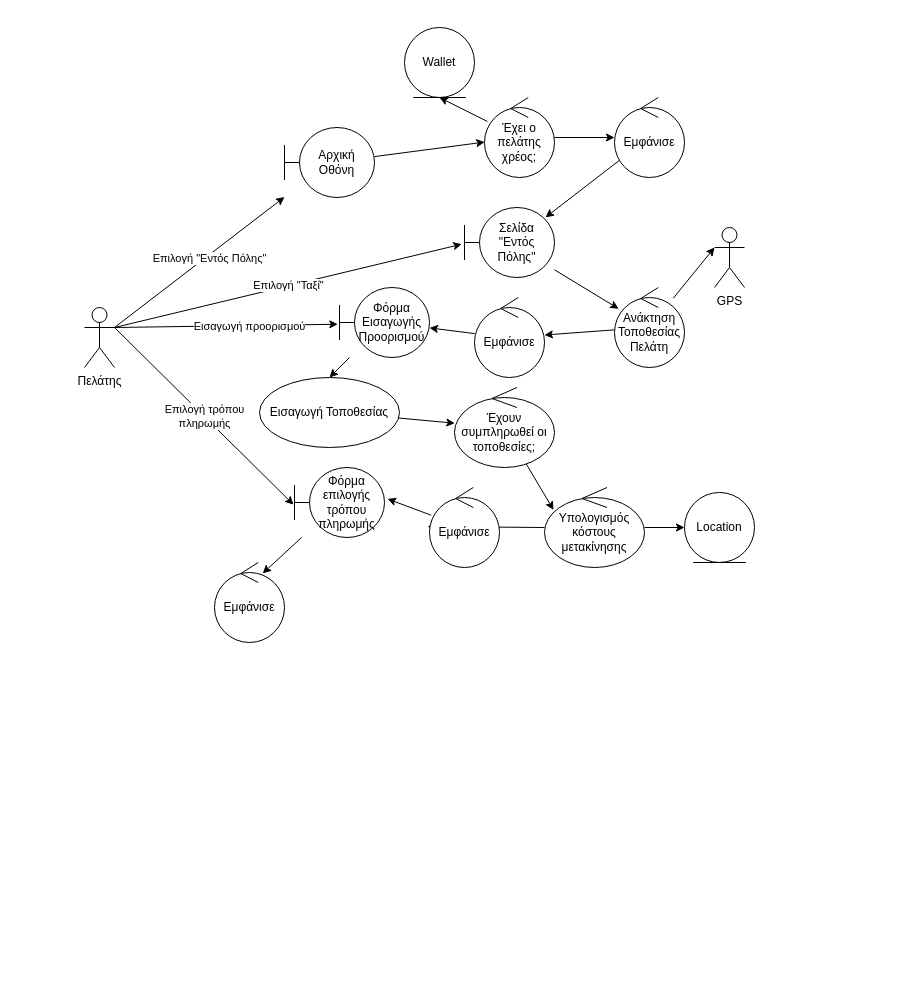
Above: Part_2/Robustness/diagrams/07_Επιλογή_Τάξι.drawio in Nikolis2002/texnoligia_logismikou (draw.io), before the change. Source tidied: cells renumbered, new cells numbered last; positions are measured from the earlier drawing's top-left corner, leaving out a move shared by most shapes. Both pictures are drawn from the tidied source at 100%, with x=0, y=0 at pixel (84, 27).
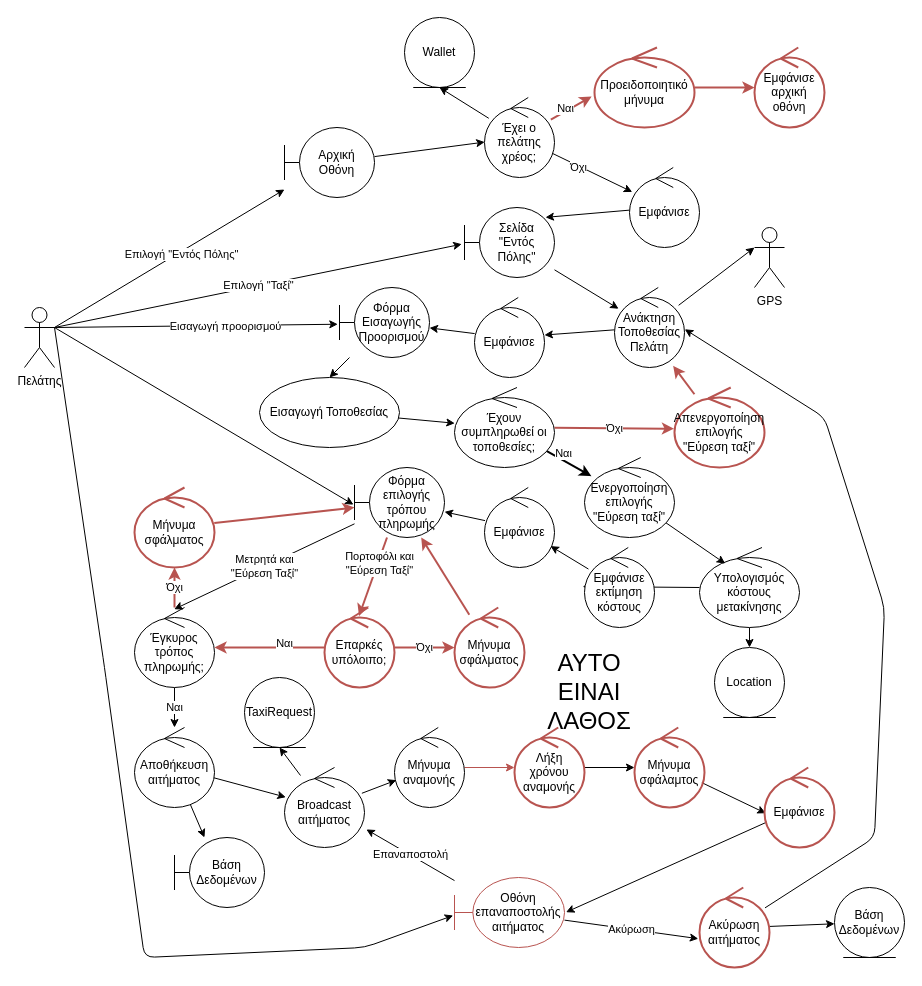
After the change.

The change refers to these unchanged cells:
```xml
<mxCell id="11" style="edgeStyle=none;html=1;" parent="1" edge="1" source="13" target="15">
  <mxGeometry relative="1" as="geometry" />
</mxCell>
<mxCell id="13" value="Έχει ο πελάτης χρέος;" style="ellipse;shape=umlControl;whiteSpace=wrap;html=1;" parent="1" vertex="1">
  <mxGeometry x="400" y="70" width="70" height="80" as="geometry" />
</mxCell>
<mxCell id="21" value="Ανάκτηση Τοποθεσίας Πελάτη" style="ellipse;shape=umlControl;whiteSpace=wrap;html=1;" parent="1" vertex="1">
  <mxGeometry x="530" y="260" width="70" height="80" as="geometry" />
</mxCell>
<mxCell id="30" value="Έχουν συμπληρωθεί οι τοποθεσίες;" style="ellipse;shape=umlControl;whiteSpace=wrap;html=1;" parent="1" vertex="1">
  <mxGeometry x="370" y="360" width="100" height="80" as="geometry" />
</mxCell>
```

Change to the diagram source:
```diff
@@
-    <mxCell id="7" value="Επιλογή τρόπου&lt;br&gt;πληρωμής" style="edgeStyle=none;html=1;exitX=1;exitY=0.3333333333333333;exitDx=0;exitDy=0;exitPerimeter=0;entryX=-0.011;entryY=0.531;entryDx=0;entryDy=0;entryPerimeter=0;" parent="1" edge="1" source="8" target="38">
+    <mxCell id="7" style="edgeStyle=none;html=1;exitX=1;exitY=0.3333333333333333;exitDx=0;exitDy=0;exitPerimeter=0;entryX=-0.011;entryY=0.531;entryDx=0;entryDy=0;entryPerimeter=0;" parent="1" edge="1" source="8" target="38">
       <mxGeometry relative="1" as="geometry" />
     </mxCell>
+    <mxCell id="40" style="edgeStyle=none;html=1;exitX=1;exitY=0.3333333333333333;exitDx=0;exitDy=0;exitPerimeter=0;entryX=-0.012;entryY=0.543;entryDx=0;entryDy=0;entryPerimeter=0;strokeWidth=1;" parent="1" edge="1" source="8" target="87">
+      <mxGeometry relative="1" as="geometry">
+        <Array as="points">
+          <mxPoint x="20" y="640" />
+          <mxPoint x="60" y="930" />
+          <mxPoint x="280" y="920" />
+        </Array>
+      </mxGeometry>
+    </mxCell>
     <mxCell id="8" value="Πελάτης" style="shape=umlActor;verticalLabelPosition=bottom;verticalAlign=top;html=1;" parent="1" vertex="1">
-      <mxGeometry y="280" width="30" height="60" as="geometry" />
+      <mxGeometry x="-60" y="280" width="30" height="60" as="geometry" />
     </mxCell>
@@
+    <mxCell id="41" value="Όχι" style="edgeLabel;html=1;align=center;verticalAlign=middle;" parent="11" vertex="1">
+      <mxGeometry x="-0.33" y="-1" relative="1" as="geometry" />
+    </mxCell>
@@
+    <mxCell id="42" style="edgeStyle=none;html=1;entryX=-0.029;entryY=0.612;entryDx=0;entryDy=0;entryPerimeter=0;fillColor=#f8cecc;strokeColor=#b85450;strokeWidth=2;" parent="1" edge="1" source="13" target="63">
+      <mxGeometry relative="1" as="geometry" />
+    </mxCell>
+    <mxCell id="43" value="Ναι" style="edgeLabel;html=1;align=center;verticalAlign=middle;" parent="42" vertex="1">
+      <mxGeometry x="-0.6" y="-2" relative="1" as="geometry">
+        <mxPoint x="5" y="-9" as="offset" />
+      </mxGeometry>
+    </mxCell>
@@
     <mxCell id="15" value="Εμφάνισε" style="ellipse;shape=umlControl;whiteSpace=wrap;html=1;" parent="1" vertex="1">
-      <mxGeometry x="530" y="70" width="70" height="80" as="geometry" />
+      <mxGeometry x="545" y="140" width="70" height="80" as="geometry" />
     </mxCell>
@@
     <mxCell id="18" value="Wallet" style="ellipse;shape=umlEntity;whiteSpace=wrap;html=1;" parent="1" vertex="1">
-      <mxGeometry x="320" width="70" height="70" as="geometry" />
+      <mxGeometry x="320" y="-10" width="70" height="70" as="geometry" />
     </mxCell>
@@
     <mxCell id="22" value="GPS" style="shape=umlActor;verticalLabelPosition=bottom;verticalAlign=top;html=1;" parent="1" vertex="1">
-      <mxGeometry x="630" y="200" width="30" height="60" as="geometry" />
+      <mxGeometry x="670" y="200" width="30" height="60" as="geometry" />
     </mxCell>
@@
-    <mxCell id="29" style="edgeStyle=none;html=1;entryX=0.09;entryY=0.28;entryDx=0;entryDy=0;entryPerimeter=0;" parent="1" edge="1" source="30" target="33">
-      <mxGeometry relative="1" as="geometry" />
-    </mxCell>
+    <mxCell id="44" style="edgeStyle=none;html=1;strokeWidth=2;" parent="1" edge="1" source="30" target="67">
+      <mxGeometry relative="1" as="geometry" />
+    </mxCell>
+    <mxCell id="45" value="Ναι" style="edgeLabel;html=1;align=center;verticalAlign=middle;" parent="44" vertex="1">
+      <mxGeometry x="-0.48" y="-1" relative="1" as="geometry">
+        <mxPoint x="6" y="-5" as="offset" />
+      </mxGeometry>
+    </mxCell>
+    <mxCell id="46" value="Όχι" style="edgeStyle=none;html=1;entryX=-0.006;entryY=0.515;entryDx=0;entryDy=0;entryPerimeter=0;strokeWidth=2;fillColor=#f8cecc;strokeColor=#b85450;" parent="1" edge="1" source="30" target="70">
+      <mxGeometry relative="1" as="geometry" />
+    </mxCell>
@@
     <mxCell id="33" value="Υπολογισμός κόστους μετακίνησης" style="ellipse;shape=umlControl;whiteSpace=wrap;html=1;" parent="1" vertex="1">
-      <mxGeometry x="460" y="460" width="100" height="80" as="geometry" />
+      <mxGeometry x="615" y="520" width="100" height="80" as="geometry" />
     </mxCell>
     <mxCell id="34" value="Location" style="ellipse;shape=umlEntity;whiteSpace=wrap;html=1;" parent="1" vertex="1">
-      <mxGeometry x="600" y="465" width="70" height="70" as="geometry" />
+      <mxGeometry x="630" y="620" width="70" height="70" as="geometry" />
     </mxCell>
-    <mxCell id="35" style="edgeStyle=none;html=1;entryX=1.034;entryY=0.449;entryDx=0;entryDy=0;entryPerimeter=0;" parent="1" edge="1" source="36" target="38">
-      <mxGeometry relative="1" as="geometry" />
-    </mxCell>
+    <mxCell id="47" style="edgeStyle=none;html=1;strokeWidth=1;" parent="1" edge="1" source="36" target="39">
+      <mxGeometry relative="1" as="geometry" />
+    </mxCell>
-    <mxCell id="36" value="Εμφάνισε" style="ellipse;shape=umlControl;whiteSpace=wrap;html=1;" parent="1" vertex="1">
-      <mxGeometry x="345" y="460" width="70" height="80" as="geometry" />
+    <mxCell id="36" value="Εμφάνισε εκτίμηση κόστους" style="ellipse;shape=umlControl;whiteSpace=wrap;html=1;" parent="1" vertex="1">
+      <mxGeometry x="500" y="520" width="70" height="80" as="geometry" />
     </mxCell>
-    <mxCell id="37" style="edgeStyle=none;html=1;entryX=0.689;entryY=0.136;entryDx=0;entryDy=0;entryPerimeter=0;" parent="1" edge="1" source="38" target="39">
+    <mxCell id="37" value="Μετρητά και &lt;br&gt;&quot;Εύρεση Ταξί&quot;" style="edgeStyle=none;html=1;entryX=0.496;entryY=0.022;entryDx=0;entryDy=0;entryPerimeter=0;" parent="1" edge="1" source="38" target="52">
       <mxGeometry relative="1" as="geometry" />
     </mxCell>
+    <mxCell id="48" style="edgeStyle=none;html=1;entryX=0.493;entryY=0.106;entryDx=0;entryDy=0;entryPerimeter=0;strokeWidth=2;fillColor=#f8cecc;strokeColor=#b85450;" parent="1" edge="1" source="38" target="76">
+      <mxGeometry relative="1" as="geometry" />
+    </mxCell>
+    <mxCell id="49" value="Πορτοφόλι και&lt;br&gt;&quot;Εύρεση Ταξί&quot;" style="edgeLabel;html=1;align=center;verticalAlign=middle;" parent="48" vertex="1">
+      <mxGeometry x="-0.43" y="-3" relative="1" as="geometry">
+        <mxPoint x="3" y="4" as="offset" />
+      </mxGeometry>
+    </mxCell>
     <mxCell id="38" value="Φόρμα επιλογής τρόπου πληρωμής" style="shape=umlBoundary;whiteSpace=wrap;html=1;" parent="1" vertex="1">
-      <mxGeometry x="210" y="440" width="90" height="70" as="geometry" />
+      <mxGeometry x="270" y="440" width="90" height="70" as="geometry" />
     </mxCell>
+    <mxCell id="50" value="Ναι" style="edgeStyle=none;html=1;" parent="1" edge="1" source="52" target="55">
+      <mxGeometry relative="1" as="geometry" />
+    </mxCell>
+    <mxCell id="51" value="Όχι" style="edgeStyle=none;html=1;strokeWidth=2;fillColor=#f8cecc;strokeColor=#b85450;" parent="1" edge="1" source="52" target="72">
+      <mxGeometry relative="1" as="geometry" />
+    </mxCell>
+    <mxCell id="52" value="Έγκυρος τρόπος πληρωμής;" style="ellipse;shape=umlControl;whiteSpace=wrap;html=1;" parent="1" vertex="1">
+      <mxGeometry x="50" y="580" width="80" height="80" as="geometry" />
+    </mxCell>
+    <mxCell id="53" style="edgeStyle=none;html=1;" parent="1" edge="1" source="55" target="56">
+      <mxGeometry relative="1" as="geometry" />
+    </mxCell>
+    <mxCell id="54" style="edgeStyle=none;html=1;" parent="1" edge="1" source="55" target="59">
+      <mxGeometry relative="1" as="geometry" />
+    </mxCell>
+    <mxCell id="55" value="Αποθήκευση αιτήματος" style="ellipse;shape=umlControl;whiteSpace=wrap;html=1;" parent="1" vertex="1">
+      <mxGeometry x="50" y="700" width="80" height="80" as="geometry" />
+    </mxCell>
+    <mxCell id="56" value="Βάση Δεδομένων" style="shape=umlBoundary;whiteSpace=wrap;html=1;" parent="1" vertex="1">
+      <mxGeometry x="90" y="810" width="90" height="70" as="geometry" />
+    </mxCell>
+    <mxCell id="57" style="edgeStyle=none;html=1;entryX=0.5;entryY=1;entryDx=0;entryDy=0;" parent="1" edge="1" source="59" target="65">
+      <mxGeometry relative="1" as="geometry" />
+    </mxCell>
+    <mxCell id="58" style="edgeStyle=none;html=1;" parent="1" edge="1" source="59" target="61">
+      <mxGeometry relative="1" as="geometry" />
+    </mxCell>
+    <mxCell id="59" value="Broadcast αιτήματος" style="ellipse;shape=umlControl;whiteSpace=wrap;html=1;" parent="1" vertex="1">
+      <mxGeometry x="200" y="740" width="80" height="80" as="geometry" />
+    </mxCell>
+    <mxCell id="60" style="edgeStyle=none;html=1;strokeWidth=1;fillColor=#f8cecc;strokeColor=#b85450;" parent="1" edge="1" source="61" target="80">
+      <mxGeometry relative="1" as="geometry" />
+    </mxCell>
+    <mxCell id="61" value="Μήνυμα αναμονής" style="ellipse;shape=umlControl;whiteSpace=wrap;html=1;" parent="1" vertex="1">
+      <mxGeometry x="310" y="700" width="70" height="80" as="geometry" />
+    </mxCell>
+    <mxCell id="62" style="edgeStyle=none;html=1;fillColor=#f8cecc;strokeColor=#b85450;strokeWidth=2;" parent="1" edge="1" source="63" target="64">
+      <mxGeometry relative="1" as="geometry" />
+    </mxCell>
+    <mxCell id="63" value="Προειδοποιητικό μήνυμα" style="ellipse;shape=umlControl;whiteSpace=wrap;html=1;fillColor=none;strokeColor=#b85450;strokeWidth=2;" parent="1" vertex="1">
+      <mxGeometry x="510" y="20" width="100" height="80" as="geometry" />
+    </mxCell>
+    <mxCell id="64" value="Εμφάνισε αρχική οθόνη" style="ellipse;shape=umlControl;whiteSpace=wrap;html=1;fillColor=none;strokeColor=#b85450;strokeWidth=2;" parent="1" vertex="1">
+      <mxGeometry x="670" y="20" width="70" height="80" as="geometry" />
+    </mxCell>
+    <mxCell id="65" value="TaxiRequest" style="ellipse;shape=umlEntity;whiteSpace=wrap;html=1;" parent="1" vertex="1">
+      <mxGeometry x="160" y="650" width="70" height="70" as="geometry" />
+    </mxCell>
+    <mxCell id="66" style="edgeStyle=none;html=1;entryX=0.257;entryY=0.201;entryDx=0;entryDy=0;entryPerimeter=0;strokeWidth=1;" parent="1" edge="1" source="67" target="33">
+      <mxGeometry relative="1" as="geometry" />
+    </mxCell>
+    <mxCell id="67" value="Ενεργοποίηση επιλογής &quot;Εύρεση ταξί&quot;" style="ellipse;shape=umlControl;whiteSpace=wrap;html=1;" parent="1" vertex="1">
+      <mxGeometry x="500" y="430" width="90" height="80" as="geometry" />
+    </mxCell>
+    <mxCell id="68" style="edgeStyle=none;html=1;strokeWidth=1;" parent="1" edge="1" source="39" target="38">
+      <mxGeometry relative="1" as="geometry" />
+    </mxCell>
     <mxCell id="39" value="Εμφάνισε" style="ellipse;shape=umlControl;whiteSpace=wrap;html=1;" parent="1" vertex="1">
-      <mxGeometry x="130" y="535" width="70" height="80" as="geometry" />
+      <mxGeometry x="400" y="460" width="70" height="80" as="geometry" />
     </mxCell>
+    <mxCell id="69" style="edgeStyle=none;html=1;entryX=0.838;entryY=0.979;entryDx=0;entryDy=0;entryPerimeter=0;strokeWidth=2;fillColor=#f8cecc;strokeColor=#b85450;" parent="1" edge="1" source="70" target="21">
+      <mxGeometry relative="1" as="geometry" />
+    </mxCell>
+    <mxCell id="70" value="Απενεργοποίηση επιλογής &quot;Εύρεση ταξί&quot;" style="ellipse;shape=umlControl;whiteSpace=wrap;html=1;fillColor=none;strokeColor=#b85450;strokeWidth=2;" parent="1" vertex="1">
+      <mxGeometry x="590" y="360" width="90" height="80" as="geometry" />
+    </mxCell>
+    <mxCell id="71" style="edgeStyle=none;html=1;strokeWidth=2;fillColor=#f8cecc;strokeColor=#b85450;" parent="1" edge="1" source="72" target="38">
+      <mxGeometry relative="1" as="geometry" />
+    </mxCell>
+    <mxCell id="72" value="Μήνυμα σφάλματος" style="ellipse;shape=umlControl;whiteSpace=wrap;html=1;strokeWidth=2;fillColor=none;strokeColor=#b85450;" parent="1" vertex="1">
+      <mxGeometry x="50" y="460" width="80" height="80" as="geometry" />
+    </mxCell>
+    <mxCell id="73" style="edgeStyle=none;html=1;strokeWidth=2;fillColor=#f8cecc;strokeColor=#b85450;" parent="1" edge="1" source="76" target="52">
+      <mxGeometry relative="1" as="geometry" />
+    </mxCell>
+    <mxCell id="74" value="Ναι" style="edgeLabel;html=1;align=center;verticalAlign=middle;" parent="73" vertex="1">
+      <mxGeometry x="-0.25" y="-5" relative="1" as="geometry" />
+    </mxCell>
+    <mxCell id="75" value="Όχι" style="edgeStyle=none;html=1;strokeWidth=2;fillColor=#f8cecc;strokeColor=#b85450;" parent="1" edge="1" source="76" target="78">
+      <mxGeometry relative="1" as="geometry" />
+    </mxCell>
+    <mxCell id="76" value="Επαρκές υπόλοιπο;" style="ellipse;shape=umlControl;whiteSpace=wrap;html=1;fillColor=none;strokeColor=#b85450;strokeWidth=2;" parent="1" vertex="1">
+      <mxGeometry x="240" y="580" width="70" height="80" as="geometry" />
+    </mxCell>
+    <mxCell id="77" style="edgeStyle=none;html=1;strokeWidth=2;fillColor=#f8cecc;strokeColor=#b85450;" parent="1" edge="1" source="78" target="38">
+      <mxGeometry relative="1" as="geometry" />
+    </mxCell>
+    <mxCell id="78" value="Μήνυμα σφάλματος" style="ellipse;shape=umlControl;whiteSpace=wrap;html=1;fillColor=none;strokeColor=#b85450;strokeWidth=2;" parent="1" vertex="1">
+      <mxGeometry x="370" y="580" width="70" height="80" as="geometry" />
+    </mxCell>
+    <mxCell id="79" style="edgeStyle=none;html=1;strokeWidth=1;" parent="1" edge="1" source="80" target="82">
+      <mxGeometry relative="1" as="geometry" />
+    </mxCell>
+    <mxCell id="80" value="Λήξη χρόνου&lt;br&gt;αναμονής" style="ellipse;shape=umlControl;whiteSpace=wrap;html=1;fillColor=none;strokeColor=#b85450;strokeWidth=2;" parent="1" vertex="1">
+      <mxGeometry x="430" y="700" width="70" height="80" as="geometry" />
+    </mxCell>
+    <mxCell id="81" style="edgeStyle=none;html=1;entryX=0.018;entryY=0.572;entryDx=0;entryDy=0;entryPerimeter=0;strokeWidth=1;" parent="1" edge="1" source="82" target="84">
+      <mxGeometry relative="1" as="geometry" />
+    </mxCell>
+    <mxCell id="82" value="Μήνυμα σφάλαμτος" style="ellipse;shape=umlControl;whiteSpace=wrap;html=1;fillColor=none;strokeColor=#b85450;strokeWidth=2;" parent="1" vertex="1">
+      <mxGeometry x="550" y="700" width="70" height="80" as="geometry" />
+    </mxCell>
+    <mxCell id="83" style="edgeStyle=none;html=1;entryX=1.014;entryY=0.496;entryDx=0;entryDy=0;entryPerimeter=0;strokeWidth=1;" parent="1" edge="1" source="84" target="87">
+      <mxGeometry relative="1" as="geometry" />
+    </mxCell>
+    <mxCell id="84" value="Εμφάνισε" style="ellipse;shape=umlControl;whiteSpace=wrap;html=1;fillColor=none;strokeColor=#b85450;strokeWidth=2;" parent="1" vertex="1">
+      <mxGeometry x="680" y="740" width="70" height="80" as="geometry" />
+    </mxCell>
+    <mxCell id="85" value="Επαναποστολή" style="edgeStyle=none;html=1;entryX=1.023;entryY=0.774;entryDx=0;entryDy=0;entryPerimeter=0;strokeWidth=1;" parent="1" edge="1" source="87" target="59">
+      <mxGeometry relative="1" as="geometry" />
+    </mxCell>
+    <mxCell id="86" value="Ακύρωση" style="edgeStyle=none;html=1;entryX=-0.017;entryY=0.64;entryDx=0;entryDy=0;entryPerimeter=0;strokeWidth=1;" parent="1" edge="1" source="87" target="90">
+      <mxGeometry relative="1" as="geometry" />
+    </mxCell>
+    <mxCell id="87" value="Οθόνη επαναποστολής αιτήματος" style="shape=umlBoundary;whiteSpace=wrap;html=1;fillColor=none;strokeColor=#b85450;" parent="1" vertex="1">
+      <mxGeometry x="370" y="850" width="110" height="70" as="geometry" />
+    </mxCell>
+    <mxCell id="88" style="edgeStyle=none;html=1;entryX=1.004;entryY=0.522;entryDx=0;entryDy=0;entryPerimeter=0;strokeWidth=1;" parent="1" edge="1" source="90" target="21">
+      <mxGeometry relative="1" as="geometry">
+        <Array as="points">
+          <mxPoint x="790" y="810" />
+          <mxPoint x="800" y="580" />
+          <mxPoint x="740" y="390" />
+        </Array>
+      </mxGeometry>
+    </mxCell>
+    <mxCell id="89" style="edgeStyle=none;html=1;strokeWidth=1;fontSize=24;" parent="1" edge="1" source="90" target="92">
+      <mxGeometry relative="1" as="geometry" />
+    </mxCell>
+    <mxCell id="90" value="Ακύρωση αιτήματος" style="ellipse;shape=umlControl;whiteSpace=wrap;html=1;fillColor=none;strokeColor=#b85450;strokeWidth=2;" parent="1" vertex="1">
+      <mxGeometry x="615" y="860" width="70" height="80" as="geometry" />
+    </mxCell>
+    <mxCell id="91" value="ΑΥΤΟ ΕΙΝΑΙ ΛΑΘΟΣ" style="text;html=1;strokeColor=none;fillColor=none;align=center;verticalAlign=middle;whiteSpace=wrap;rounded=0;strokeWidth=2;fontSize=24;" parent="1" vertex="1">
+      <mxGeometry x="440" y="650" width="130" height="30" as="geometry" />
+    </mxCell>
+    <mxCell id="92" value="Βάση Δεδομένων" style="ellipse;shape=umlEntity;whiteSpace=wrap;html=1;" parent="1" vertex="1">
+      <mxGeometry x="750" y="860" width="70" height="70" as="geometry" />
+    </mxCell>
```
